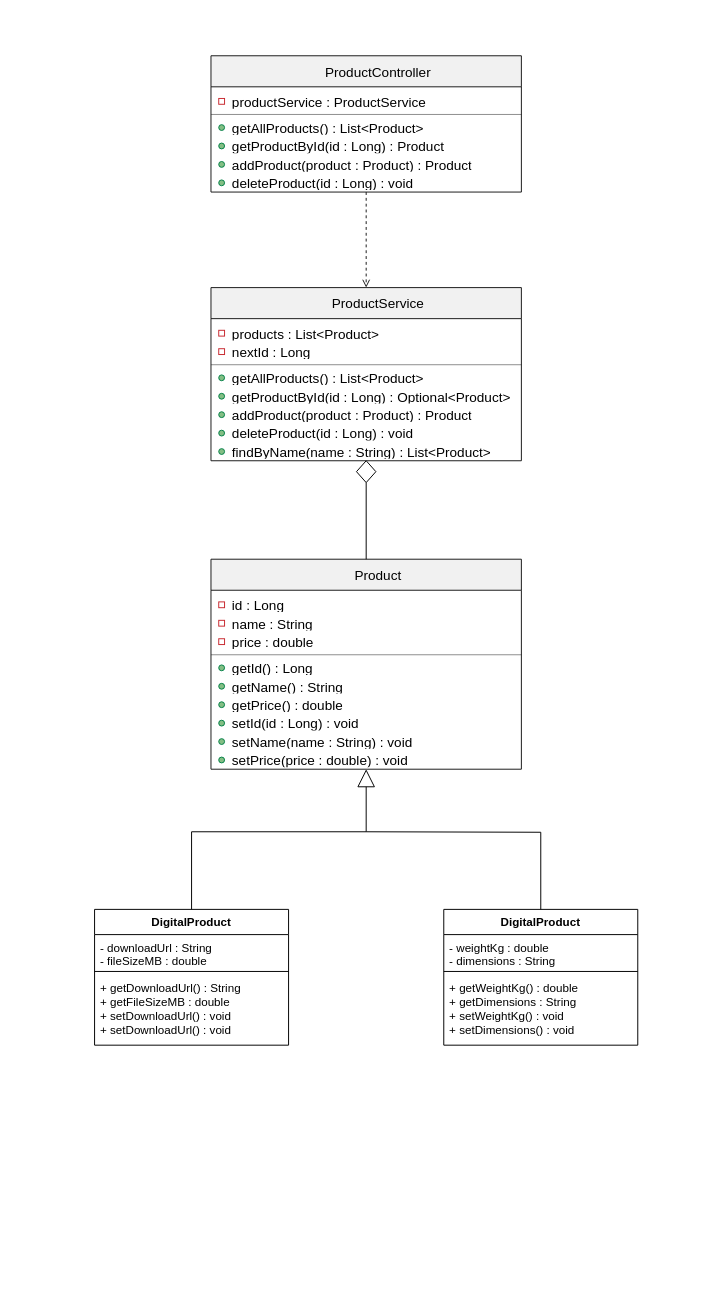
Above: docs/uml/diagrams/Product.drawio in DDC-endpoint/products-api (draw.io), before the change. Source tidied: cells renumbered, new cells numbered last; positions are measured from the earlier drawing's top-left corner, leaving out a move shared by most shapes. Both pictures are drawn from the tidied source at 97%, with x=0, y=0 at pixel (16, 16).
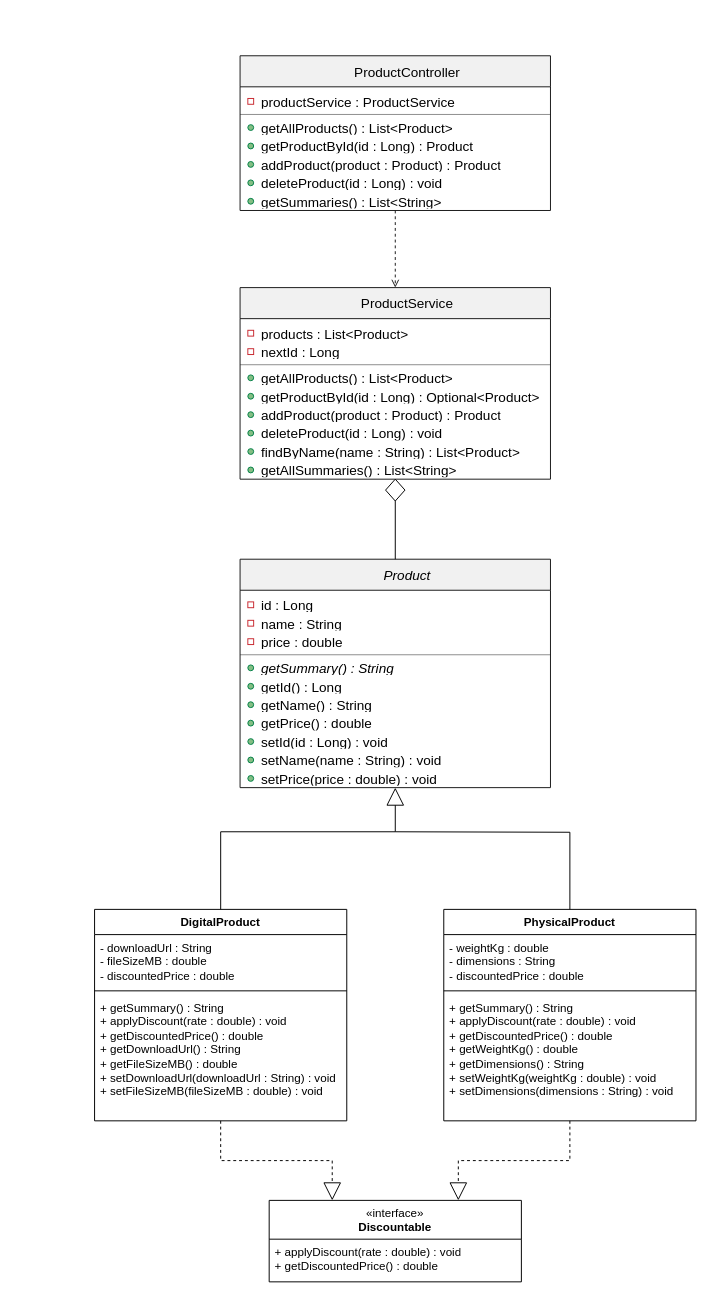
The same diagram, later.

Commit message (it also covers changes not shown here):
Tutorial 5: polymorphism — getSummary override and Discountable interface

What changed in the source:
```diff
@@
     <mxCell id="2" style="group;transparentBounds=1;editIcon=1;lockedGroup=0;groupPadding=10;" parent="1" vertex="1">
-      <mxGeometry as="geometry" />
+      <mxGeometry x="30" as="geometry" />
     </mxCell>
-    <mxCell id="3" value="Product" style="swimlane;fontStyle=0;align=center;fontSize=14;fontColor=#000000;startSize=32;spacingLeft=25;fillColor=#F1F1F1;strokeColor=#181818;horizontal=1;" parent="2" vertex="1">
-      <mxGeometry x="200" y="559" width="320" height="216.5" as="geometry" />
+    <mxCell id="3" value="Product" style="swimlane;fontStyle=2;align=center;fontSize=14;fontColor=#000000;startSize=32;spacingLeft=25;fillColor=#F1F1F1;strokeColor=#181818;horizontal=1;" parent="2" vertex="1">
+      <mxGeometry x="200" y="559" width="320" height="235.5" as="geometry" />
     </mxCell>
@@
+    <mxCell id="64" value="getSummary() : String" style="text;html=1;align=left;verticalAlign=middle;spacingLeft=20;spacingRight=4;overflow=hidden;fillColor=none;strokeColor=none;fontSize=14;fontColor=#000000;fontStyle=2;whiteSpace=wrap;" parent="3" vertex="1">
+      <mxGeometry y="102.5" width="320" height="19" as="geometry" />
+    </mxCell>
+    <mxCell id="65" style="ellipse;fillColor=#84BE84;strokeColor=#038048;strokeWidth=1;" parent="64" vertex="1">
+      <mxGeometry x="8" y="6.5" width="6" height="6" as="geometry" />
+    </mxCell>
     <mxCell id="11" value="getId() : Long" style="text;html=1;align=left;verticalAlign=middle;spacingLeft=20;spacingRight=4;overflow=hidden;fillColor=none;strokeColor=none;fontSize=14;fontColor=#000000;fontStyle=0;whiteSpace=wrap;" parent="3" vertex="1">
-      <mxGeometry y="102.5" width="320" height="19" as="geometry" />
+      <mxGeometry y="121.5" width="320" height="19" as="geometry" />
     </mxCell>
@@
     <mxCell id="13" value="getName() : String" style="text;html=1;align=left;verticalAlign=middle;spacingLeft=20;spacingRight=4;overflow=hidden;fillColor=none;strokeColor=none;fontSize=14;fontColor=#000000;fontStyle=0;whiteSpace=wrap;" parent="3" vertex="1">
-      <mxGeometry y="121.5" width="320" height="19" as="geometry" />
+      <mxGeometry y="140.5" width="320" height="19" as="geometry" />
     </mxCell>
@@
     <mxCell id="15" value="getPrice() : double" style="text;html=1;align=left;verticalAlign=middle;spacingLeft=20;spacingRight=4;overflow=hidden;fillColor=none;strokeColor=none;fontSize=14;fontColor=#000000;fontStyle=0;whiteSpace=wrap;" parent="3" vertex="1">
-      <mxGeometry y="140.5" width="320" height="19" as="geometry" />
+      <mxGeometry y="159.5" width="320" height="19" as="geometry" />
     </mxCell>
@@
     <mxCell id="17" value="setId(id : Long) : void" style="text;html=1;align=left;verticalAlign=middle;spacingLeft=20;spacingRight=4;overflow=hidden;fillColor=none;strokeColor=none;fontSize=14;fontColor=#000000;fontStyle=0;whiteSpace=wrap;" parent="3" vertex="1">
-      <mxGeometry y="159.5" width="320" height="19" as="geometry" />
+      <mxGeometry y="178.5" width="320" height="19" as="geometry" />
     </mxCell>
@@
     <mxCell id="19" value="setName(name : String) : void" style="text;html=1;align=left;verticalAlign=middle;spacingLeft=20;spacingRight=4;overflow=hidden;fillColor=none;strokeColor=none;fontSize=14;fontColor=#000000;fontStyle=0;whiteSpace=wrap;" parent="3" vertex="1">
-      <mxGeometry y="178.5" width="320" height="19" as="geometry" />
+      <mxGeometry y="197.5" width="320" height="19" as="geometry" />
     </mxCell>
@@
     <mxCell id="21" value="setPrice(price : double) : void" style="text;html=1;align=left;verticalAlign=middle;spacingLeft=20;spacingRight=4;overflow=hidden;fillColor=none;strokeColor=none;fontSize=14;fontColor=#000000;fontStyle=0;points=[[0,0.5],[1,0.5]];portConstraint=eastwest;whiteSpace=wrap;" parent="3" vertex="1">
-      <mxGeometry y="197.5" width="320" height="19" as="geometry" />
+      <mxGeometry y="216.5" width="320" height="19" as="geometry" />
     </mxCell>
@@
     <mxCell id="23" value="ProductService" style="swimlane;fontStyle=0;align=center;fontSize=14;fontColor=#000000;startSize=32;spacingLeft=25;fillColor=#F1F1F1;strokeColor=#181818;horizontal=1;" parent="2" vertex="1">
-      <mxGeometry x="200" y="279" width="320" height="178.5" as="geometry" />
+      <mxGeometry x="200" y="279" width="320" height="197.5" as="geometry" />
     </mxCell>
@@
+    <mxCell id="66" value="getAllSummaries() : List&amp;lt;String&amp;gt;" style="text;html=1;align=left;verticalAlign=middle;spacingLeft=20;spacingRight=4;overflow=hidden;fillColor=none;strokeColor=none;fontSize=14;fontColor=#000000;fontStyle=0;whiteSpace=wrap;" parent="23" vertex="1">
+      <mxGeometry y="178.5" width="320" height="19" as="geometry" />
+    </mxCell>
+    <mxCell id="67" style="ellipse;fillColor=#84BE84;strokeColor=#038048;strokeWidth=1;" parent="66" vertex="1">
+      <mxGeometry x="8" y="6.5" width="6" height="6" as="geometry" />
+    </mxCell>
     <mxCell id="39" value="ProductController" style="swimlane;fontStyle=0;align=center;fontSize=14;fontColor=#000000;startSize=32;spacingLeft=25;fillColor=#F1F1F1;strokeColor=#181818;horizontal=1;" parent="2" vertex="1">
-      <mxGeometry x="200" y="40" width="320" height="140.5" as="geometry" />
+      <mxGeometry x="200" y="40" width="320" height="159.5" as="geometry" />
     </mxCell>
@@
+    <mxCell id="68" value="getSummaries() : List&amp;lt;String&amp;gt;" style="text;html=1;align=left;verticalAlign=middle;spacingLeft=20;spacingRight=4;overflow=hidden;fillColor=none;strokeColor=none;fontSize=14;fontColor=#000000;fontStyle=0;whiteSpace=wrap;" parent="39" vertex="1">
+      <mxGeometry y="140.5" width="320" height="19" as="geometry" />
+    </mxCell>
+    <mxCell id="69" style="ellipse;fillColor=#84BE84;strokeColor=#038048;strokeWidth=1;" parent="68" vertex="1">
+      <mxGeometry x="8" y="6.5" width="6" height="6" as="geometry" />
+    </mxCell>
@@
     <mxCell id="52" style="rhombus;whiteSpace=wrap;html=1;shapeInside=1;" parent="2" vertex="1">
-      <mxGeometry x="350" y="457.5" width="20" height="22.5" as="geometry" />
+      <mxGeometry x="350" y="476.5" width="20" height="22.5" as="geometry" />
     </mxCell>
@@
     <mxCell id="54" value="DigitalProduct" style="swimlane;fontStyle=1;align=center;verticalAlign=top;horizontal=1;startSize=26;whiteSpace=wrap;html=1;" parent="1" vertex="1">
-      <mxGeometry x="80" y="920" width="200" height="140" as="geometry" />
+      <mxGeometry x="80" y="920" width="260" height="218" as="geometry" />
     </mxCell>
-    <mxCell id="55" value="- downloadUrl : String&lt;div&gt;- fileSizeMB : double&lt;/div&gt;" style="text;strokeColor=none;fillColor=none;align=left;verticalAlign=top;spacingLeft=4;spacingRight=4;overflow=hidden;whiteSpace=wrap;html=1;" parent="54" vertex="1">
-      <mxGeometry y="26" width="200" height="34" as="geometry" />
+    <mxCell id="55" value="- downloadUrl : String&lt;div&gt;- fileSizeMB : double&lt;/div&gt;&lt;div&gt;- discountedPrice : double&lt;/div&gt;" style="text;strokeColor=none;fillColor=none;align=left;verticalAlign=top;spacingLeft=4;spacingRight=4;overflow=hidden;whiteSpace=wrap;html=1;" parent="54" vertex="1">
+      <mxGeometry y="26" width="260" height="54" as="geometry" />
     </mxCell>
     <mxCell id="56" style="line;strokeWidth=1;fillColor=none;align=left;verticalAlign=middle;spacingTop=-1;spacingLeft=3;spacingRight=3;labelPosition=right;strokeColor=inherit;" parent="54" vertex="1">
-      <mxGeometry y="60" width="200" height="8" as="geometry" />
+      <mxGeometry y="80" width="260" height="8" as="geometry" />
     </mxCell>
-    <mxCell id="57" value="+ getDownloadUrl() : String&lt;div&gt;+ getFileSizeMB : double&lt;/div&gt;&lt;div&gt;+ setDownloadUrl() : void&lt;/div&gt;&lt;div&gt;+ setDownloadUrl() : void&lt;/div&gt;" style="text;strokeColor=none;fillColor=none;align=left;verticalAlign=top;spacingLeft=4;spacingRight=4;overflow=hidden;whiteSpace=wrap;html=1;" parent="54" vertex="1">
-      <mxGeometry y="68" width="200" height="72" as="geometry" />
+    <mxCell id="57" value="+ getSummary() : String&lt;div&gt;+ applyDiscount(rate : double) : void&lt;/div&gt;&lt;div&gt;+ getDiscountedPrice() : double&lt;/div&gt;&lt;div&gt;+ getDownloadUrl() : String&lt;/div&gt;&lt;div&gt;+ getFileSizeMB() : double&lt;/div&gt;&lt;div&gt;+ setDownloadUrl(downloadUrl : String) : void&lt;/div&gt;&lt;div&gt;+ setFileSizeMB(fileSizeMB : double) : void&lt;/div&gt;" style="text;strokeColor=none;fillColor=none;align=left;verticalAlign=top;spacingLeft=4;spacingRight=4;overflow=hidden;whiteSpace=wrap;html=1;" parent="54" vertex="1">
+      <mxGeometry y="88" width="260" height="130" as="geometry" />
     </mxCell>
-    <mxCell id="58" value="DigitalProduct" style="swimlane;fontStyle=1;align=center;verticalAlign=top;horizontal=1;startSize=26;whiteSpace=wrap;html=1;" parent="1" vertex="1">
-      <mxGeometry x="440" y="920" width="200" height="140" as="geometry" />
+    <mxCell id="58" value="PhysicalProduct" style="swimlane;fontStyle=1;align=center;verticalAlign=top;horizontal=1;startSize=26;whiteSpace=wrap;html=1;" parent="1" vertex="1">
+      <mxGeometry x="440" y="920" width="260" height="218" as="geometry" />
     </mxCell>
-    <mxCell id="59" value="- weightKg : double&lt;div&gt;- dimensions : String&lt;/div&gt;" style="text;strokeColor=none;fillColor=none;align=left;verticalAlign=top;spacingLeft=4;spacingRight=4;overflow=hidden;whiteSpace=wrap;html=1;" parent="58" vertex="1">
-      <mxGeometry y="26" width="200" height="34" as="geometry" />
+    <mxCell id="59" value="- weightKg : double&lt;div&gt;- dimensions : String&lt;/div&gt;&lt;div&gt;- discountedPrice : double&lt;/div&gt;" style="text;strokeColor=none;fillColor=none;align=left;verticalAlign=top;spacingLeft=4;spacingRight=4;overflow=hidden;whiteSpace=wrap;html=1;" parent="58" vertex="1">
+      <mxGeometry y="26" width="260" height="54" as="geometry" />
     </mxCell>
     <mxCell id="60" style="line;strokeWidth=1;fillColor=none;align=left;verticalAlign=middle;spacingTop=-1;spacingLeft=3;spacingRight=3;labelPosition=right;strokeColor=inherit;" parent="58" vertex="1">
-      <mxGeometry y="60" width="200" height="8" as="geometry" />
+      <mxGeometry y="80" width="260" height="8" as="geometry" />
     </mxCell>
-    <mxCell id="61" value="+ getWeightKg() : double&lt;div&gt;+ getDimensions : String&lt;/div&gt;&lt;div&gt;+ setWeightKg() : void&lt;/div&gt;&lt;div&gt;+ setDimensions() : void&lt;/div&gt;" style="text;strokeColor=none;fillColor=none;align=left;verticalAlign=top;spacingLeft=4;spacingRight=4;overflow=hidden;whiteSpace=wrap;html=1;" parent="58" vertex="1">
-      <mxGeometry y="68" width="200" height="72" as="geometry" />
+    <mxCell id="61" value="+ getSummary() : String&lt;div&gt;+ applyDiscount(rate : double) : void&lt;/div&gt;&lt;div&gt;+ getDiscountedPrice() : double&lt;/div&gt;&lt;div&gt;+ getWeightKg() : double&lt;/div&gt;&lt;div&gt;+ getDimensions() : String&lt;/div&gt;&lt;div&gt;+ setWeightKg(weightKg : double) : void&lt;/div&gt;&lt;div&gt;+ setDimensions(dimensions : String) : void&lt;/div&gt;" style="text;strokeColor=none;fillColor=none;align=left;verticalAlign=top;spacingLeft=4;spacingRight=4;overflow=hidden;whiteSpace=wrap;html=1;" parent="58" vertex="1">
+      <mxGeometry y="88" width="260" height="130" as="geometry" />
     </mxCell>
     <mxCell id="62" style="endArrow=block;endSize=16;endFill=0;html=1;rounded=0;exitX=0.5;exitY=0;exitDx=0;exitDy=0;" parent="1" edge="1" source="54" target="21">
       <mxGeometry x="-0.05" relative="1" as="geometry">
         <Array as="points">
-          <mxPoint x="180" y="840" />
-          <mxPoint x="360" y="840" />
+          <mxPoint x="210" y="840" />
+          <mxPoint x="390" y="840" />
         </Array>
       </mxGeometry>
     </mxCell>
     <mxCell id="63" style="endArrow=none;html=1;rounded=0;entryX=0.5;entryY=0;entryDx=0;entryDy=0;edgeStyle=orthogonalEdgeStyle;" parent="1" edge="1" target="58">
       <mxGeometry relative="1" as="geometry">
-        <mxPoint x="360" y="840" as="sourcePoint" />
+        <mxPoint x="390" y="840" as="sourcePoint" />
       </mxGeometry>
     </mxCell>
+    <mxCell id="70" value="&lt;span style=&quot;font-weight: normal;&quot;&gt;«interface»&lt;/span&gt;&lt;br&gt;Discountable" style="swimlane;fontStyle=1;align=center;verticalAlign=top;horizontal=1;startSize=40;whiteSpace=wrap;html=1;" parent="1" vertex="1">
+      <mxGeometry x="260" y="1220" width="260" height="84" as="geometry" />
+    </mxCell>
+    <mxCell id="71" value="+ applyDiscount(rate : double) : void&lt;div&gt;+ getDiscountedPrice() : double&lt;/div&gt;" style="text;strokeColor=none;fillColor=none;align=left;verticalAlign=top;spacingLeft=4;spacingRight=4;overflow=hidden;whiteSpace=wrap;html=1;" parent="70" vertex="1">
+      <mxGeometry y="40" width="260" height="44" as="geometry" />
+    </mxCell>
+    <mxCell id="72" style="endArrow=block;endSize=16;endFill=0;dashed=1;html=1;rounded=0;edgeStyle=orthogonalEdgeStyle;exitX=0.5;exitY=1;exitDx=0;exitDy=0;entryY=0;entryDy=0;entryDx=0;entryX=0.25;" parent="1" edge="1" source="54" target="70">
+      <mxGeometry relative="1" as="geometry" />
+    </mxCell>
+    <mxCell id="73" style="endArrow=block;endSize=16;endFill=0;dashed=1;html=1;rounded=0;edgeStyle=orthogonalEdgeStyle;exitX=0.5;exitY=1;exitDx=0;exitDy=0;entryY=0;entryDy=0;entryDx=0;entryX=0.75;" parent="1" edge="1" source="58" target="70">
+      <mxGeometry relative="1" as="geometry" />
+    </mxCell>
```
